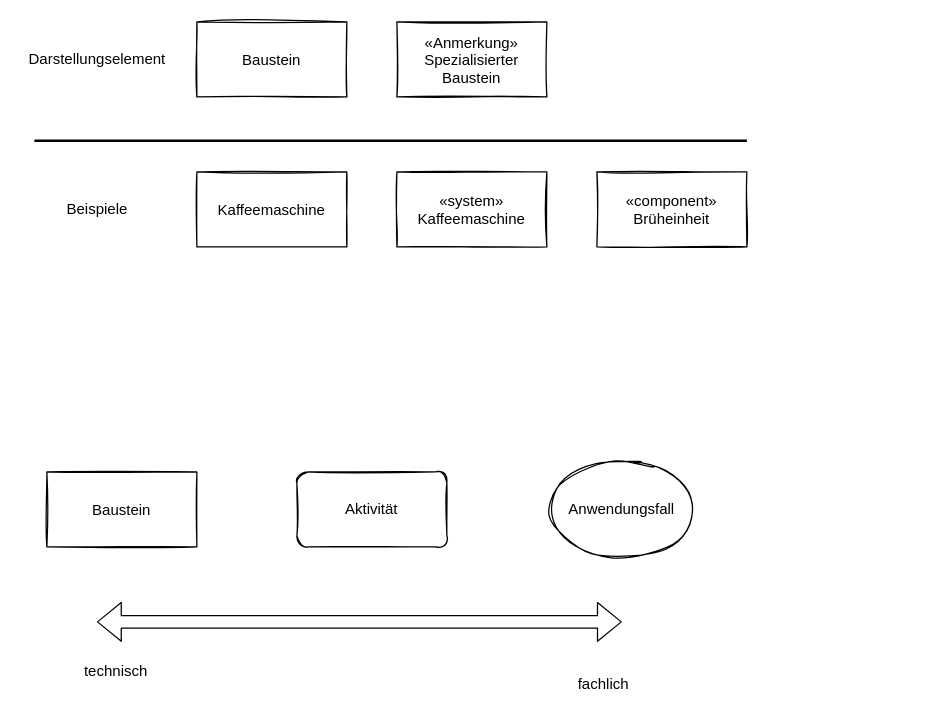
The draw.io diagram page "Bausteine" (1 of 5) of images/rawimages/general-elements.drawio in HerrLoesch/UMLite, before the edit. Source tidied: cells renumbered, new cells numbered last; positions are measured from the earlier drawing's top-left corner, leaving out a move shared by most shapes. Both pictures are drawn from the tidied source at 125%, with x=0, y=0 at pixel (21, 21).
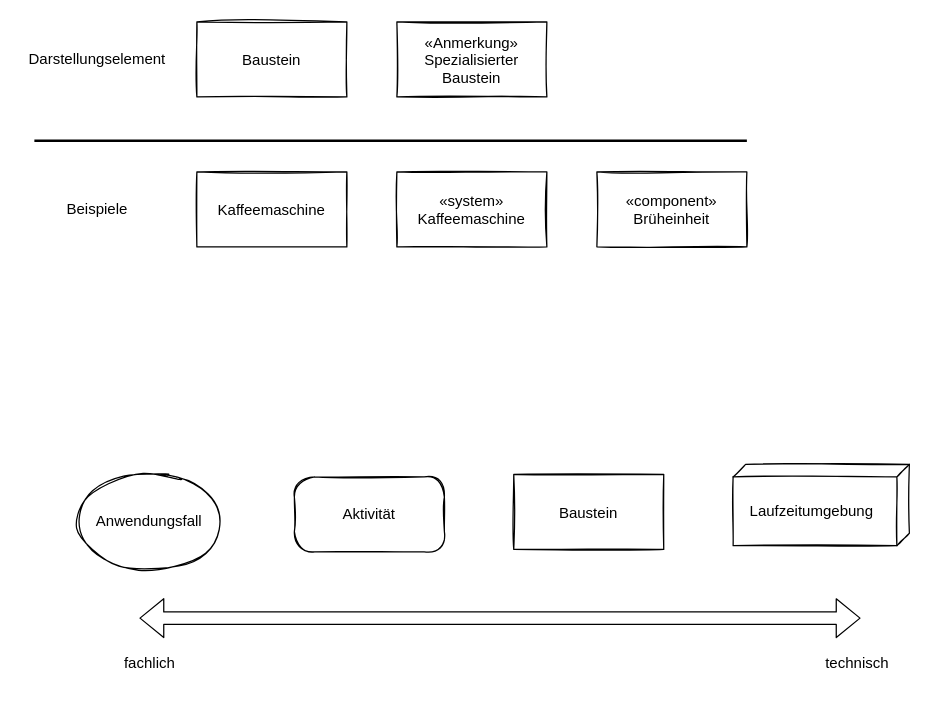
Above is the later version.

Change to the diagram source:
```diff
@@
 <mxGraphModel>
   <root>
     <mxCell id="0" />
     <mxCell id="1" parent="0" />
     <mxCell id="2" value="Baustein" style="fontStyle=0;sketch=1;" parent="1" vertex="1">
       <mxGeometry x="140" width="120" height="60" as="geometry" />
     </mxCell>
     <mxCell id="3" value="«Anmerkung»&#10;Spezialisierter&#10;Baustein" style="fontStyle=0;sketch=1;" parent="1" vertex="1">
       <mxGeometry x="300" width="120" height="60" as="geometry" />
     </mxCell>
     <mxCell id="4" value="Kaffeemaschine" style="fontStyle=0;sketch=1;" parent="1" vertex="1">
       <mxGeometry x="140" y="120" width="120" height="60" as="geometry" />
     </mxCell>
     <mxCell id="5" value="«system»&#10;Kaffeemaschine" style="fontStyle=0;sketch=1;" parent="1" vertex="1">
       <mxGeometry x="300" y="120" width="120" height="60" as="geometry" />
     </mxCell>
     <mxCell id="6" value="«component»&#10;Brüheinheit" style="fontStyle=0;sketch=1;" parent="1" vertex="1">
       <mxGeometry x="460" y="120" width="120" height="60" as="geometry" />
     </mxCell>
     <mxCell id="7" style="line;strokeWidth=2;html=1;" parent="1" vertex="1">
       <mxGeometry x="10" y="90" width="570" height="10" as="geometry" />
     </mxCell>
     <mxCell id="8" value="Darstellungselement" style="text;html=1;align=center;verticalAlign=middle;strokeColor=none;fillColor=none;" parent="1" vertex="1">
       <mxGeometry y="20" width="120" height="20" as="geometry" />
     </mxCell>
     <mxCell id="9" value="Beispiele" style="text;html=1;align=center;verticalAlign=middle;strokeColor=none;fillColor=none;" parent="1" vertex="1">
       <mxGeometry x="30" y="140" width="60" height="20" as="geometry" />
     </mxCell>
     <mxCell id="10" value="Baustein" style="fontStyle=0;sketch=1;" parent="1" vertex="1">
-      <mxGeometry x="20" y="360" width="120" height="60" as="geometry" />
+      <mxGeometry x="393.5" y="362" width="120" height="60" as="geometry" />
     </mxCell>
-    <mxCell id="11" value="Aktivität" style="rounded=1;whiteSpace=wrap;html=1;sketch=1;" parent="1" vertex="1">
-      <mxGeometry x="220" y="360" width="120" height="60" as="geometry" />
+    <mxCell id="11" value="Aktivität" style="rounded=1;whiteSpace=wrap;html=1;sketch=1;arcSize=27;" parent="1" vertex="1">
+      <mxGeometry x="218" y="364" width="120" height="60" as="geometry" />
     </mxCell>
     <mxCell id="12" value="Anwendungsfall" style="ellipse;whiteSpace=wrap;html=1;sketch=1;" parent="1" vertex="1">
-      <mxGeometry x="420" y="350" width="120" height="80" as="geometry" />
+      <mxGeometry x="42" y="360" width="120" height="80" as="geometry" />
     </mxCell>
     <mxCell id="13" style="shape=flexArrow;endArrow=classic;startArrow=classic;html=1;" parent="1" edge="1">
       <mxGeometry relative="1" as="geometry">
-        <mxPoint x="60" y="480" as="sourcePoint" />
-        <mxPoint x="480" y="480" as="targetPoint" />
+        <mxPoint x="94" y="477" as="sourcePoint" />
+        <mxPoint x="671" y="477" as="targetPoint" />
       </mxGeometry>
     </mxCell>
     <mxCell id="14" value="technisch" style="text;html=1;align=center;verticalAlign=middle;strokeColor=none;fillColor=none;" parent="1" vertex="1">
-      <mxGeometry x="40" y="510" width="70" height="20" as="geometry" />
+      <mxGeometry x="633" y="503" width="70" height="20" as="geometry" />
     </mxCell>
     <mxCell id="15" value="fachlich" style="text;html=1;align=center;verticalAlign=middle;strokeColor=none;fillColor=none;" parent="1" vertex="1">
-      <mxGeometry x="435" y="520" width="60" height="20" as="geometry" />
+      <mxGeometry x="72" y="503" width="60" height="20" as="geometry" />
     </mxCell>
+    <mxCell id="16" value="&amp;nbsp; Laufzeitumgebung" style="verticalAlign=middle;align=left;shape=cube;size=10;direction=south;fontStyle=0;html=1;boundedLbl=1;spacingLeft=5;sketch=1;" parent="1" vertex="1">
+      <mxGeometry x="569" y="354" width="141" height="65" as="geometry" />
+    </mxCell>
   </root>
 </mxGraphModel>
```
